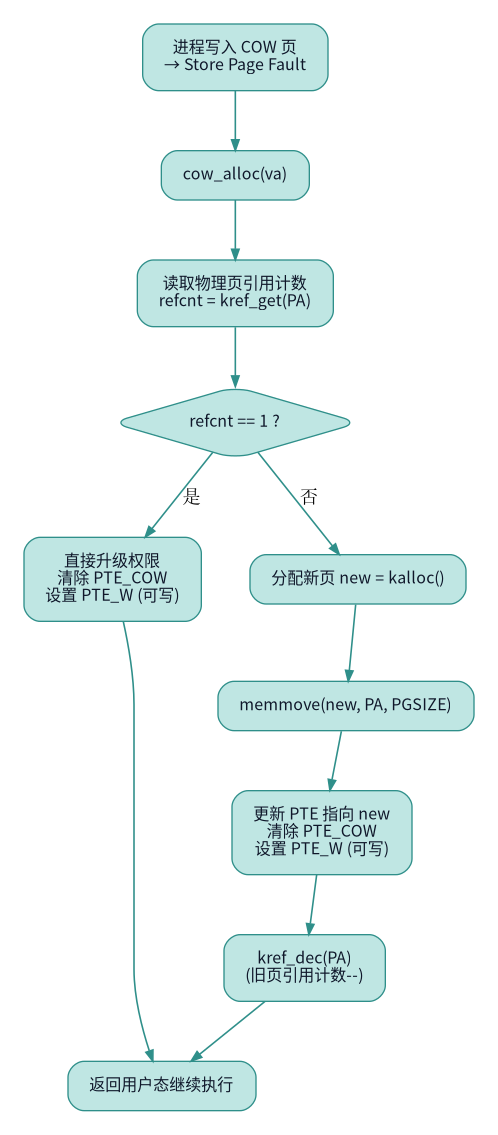
Before: docs/diagrams/memory-diagram-17.png, a diagram exported from Graphviz (gan-rui-lin/xv6-lab). Its source is kept beside it as docs/diagrams/memory-diagram-17.dot. Source of this version:
```dot
digraph Diagram {
  graph [
    rankdir=TB,
    bgcolor="transparent",
    pad="0.25",
    nodesep="0.50",
    ranksep="0.60"
  ];
  edge [color="#2f8f8a", penwidth=1.2, arrowsize=0.8];
  node [
    shape=box,
    style="rounded,filled",
    fillcolor="#bfe6e3",
    color="#2f8f8a",
    fontcolor="#0f172a",
    fontname="Noto Sans CJK SC",
    fontsize=12,
    margin="0.22,0.16"
  ];
  step1 [label="进程写入 COW 页\n→ Store Page Fault"];
  step2 [label="cow_alloc(va)"];
  step3 [label="读取物理页引用计数\nrefcnt = kref_get(PA)"];

  d1 [shape=diamond, margin="0.16,0.10", label="refcnt == 1 ?"];

  yes1 [label="直接升级权限\n清除 PTE_COW\n设置 PTE_W (可写)"];

  no1 [label="分配新页 new = kalloc()"];
  no2 [label="memmove(new, PA, PGSIZE)"];
  no3 [label="更新 PTE 指向 new\n清除 PTE_COW\n设置 PTE_W (可写)"];
  no4 [label="kref_dec(PA)\n(旧页引用计数--)"];

  step9 [label="返回用户态继续执行"];

  step1 -> step2 -> step3 -> d1;
  d1 -> yes1 [label="是"];
  d1 -> no1  [label="否"];

  no1 -> no2 -> no3 -> no4;
  yes1 -> step9;
  no4  -> step9;

  { rank=same; yes1; no1; }
}
```
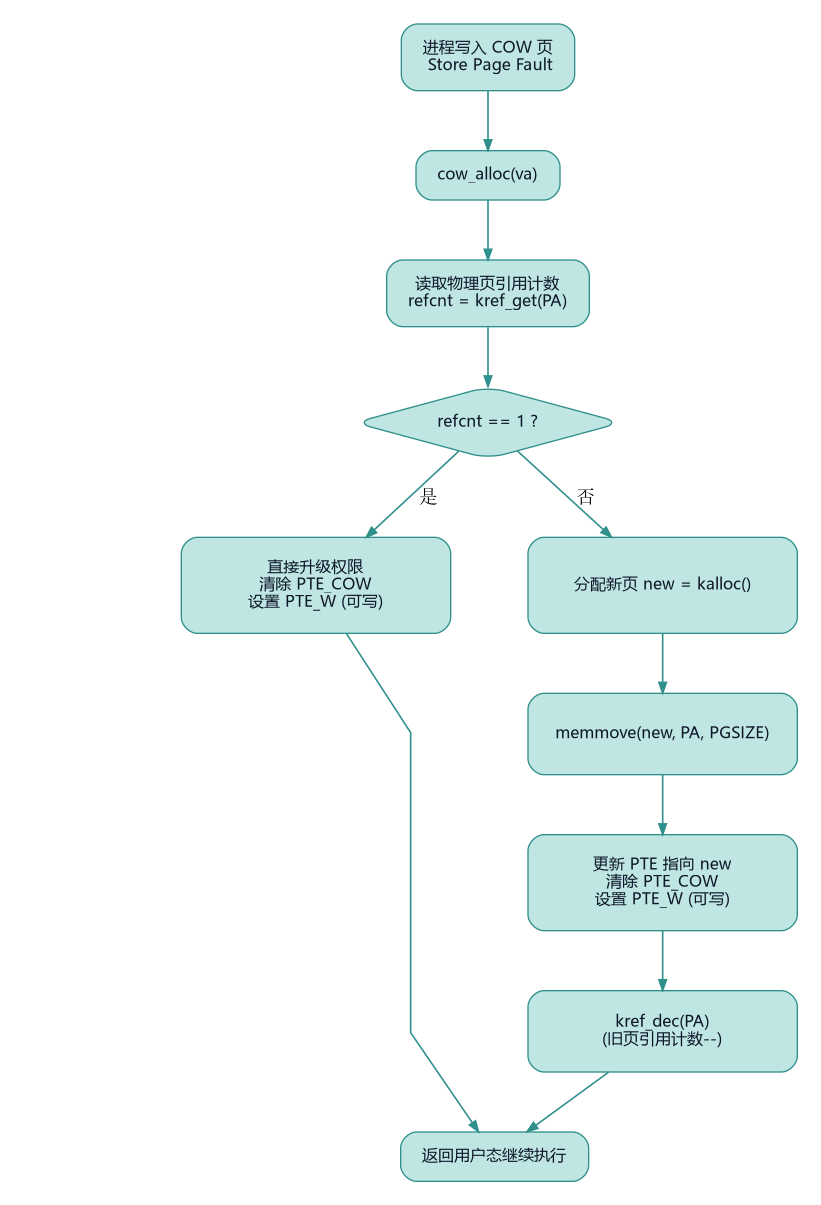
Later version of the same file.

What changed in the source:
```diff
@@ -3,8 +3,9 @@
     rankdir=TB,
     bgcolor="transparent",
     pad="0.25",
-    nodesep="0.50",
-    ranksep="0.60"
+    nodesep="0.80",
+    ranksep="0.60",
+    splines=polyline
   ];
   edge [color="#2f8f8a", penwidth=1.2, arrowsize=0.8];
   node [
@@ -13,32 +14,43 @@
     fillcolor="#bfe6e3",
     color="#2f8f8a",
     fontcolor="#0f172a",
-    fontname="Noto Sans CJK SC",
+    fontname="Microsoft YaHei",
     fontsize=12,
     margin="0.22,0.16"
   ];
-  step1 [label="进程写入 COW 页\n→ Store Page Fault"];
+
+  step1 [label="进程写入 COW 页\n Store Page Fault"];
   step2 [label="cow_alloc(va)"];
   step3 [label="读取物理页引用计数\nrefcnt = kref_get(PA)"];
-
   d1 [shape=diamond, margin="0.16,0.10", label="refcnt == 1 ?"];
 
-  yes1 [label="直接升级权限\n清除 PTE_COW\n设置 PTE_W (可写)"];
+  yes1 [label="直接升级权限\n清除 PTE_COW\n设置 PTE_W (可写)", fixedsize=true, width=2.8, height=1.0];
 
-  no1 [label="分配新页 new = kalloc()"];
-  no2 [label="memmove(new, PA, PGSIZE)"];
-  no3 [label="更新 PTE 指向 new\n清除 PTE_COW\n设置 PTE_W (可写)"];
-  no4 [label="kref_dec(PA)\n(旧页引用计数--)"];
+  no1 [label="分配新页 new = kalloc()", fixedsize=true, width=2.8, height=1.0];
+  no2 [label="memmove(new, PA, PGSIZE)", fixedsize=true, width=2.8, height=0.85];
+  no3 [label="更新 PTE 指向 new\n清除 PTE_COW\n设置 PTE_W (可写)", fixedsize=true, width=2.8, height=1.0];
+  no4 [label="kref_dec(PA)\n(旧页引用计数--)", fixedsize=true, width=2.8, height=0.85];
+
+  pad2 [label="", style=invis, fixedsize=true, width=2.8, height=0.85];
+  pad3 [label="", style=invis, fixedsize=true, width=2.8, height=1.0];
+  pad4 [label="", style=invis, fixedsize=true, width=2.8, height=0.85];
 
   step9 [label="返回用户态继续执行"];
 
   step1 -> step2 -> step3 -> d1;
+
   d1 -> yes1 [label="是"];
   d1 -> no1  [label="否"];
 
+  yes1 -> pad2 -> pad3 -> pad4 [style=invis];
+
   no1 -> no2 -> no3 -> no4;
+
   yes1 -> step9;
-  no4  -> step9;
+  no4 -> step9;
 
   { rank=same; yes1; no1; }
+  { rank=same; pad2; no2; }
+  { rank=same; pad3; no3; }
+  { rank=same; pad4; no4; }
 }
```
